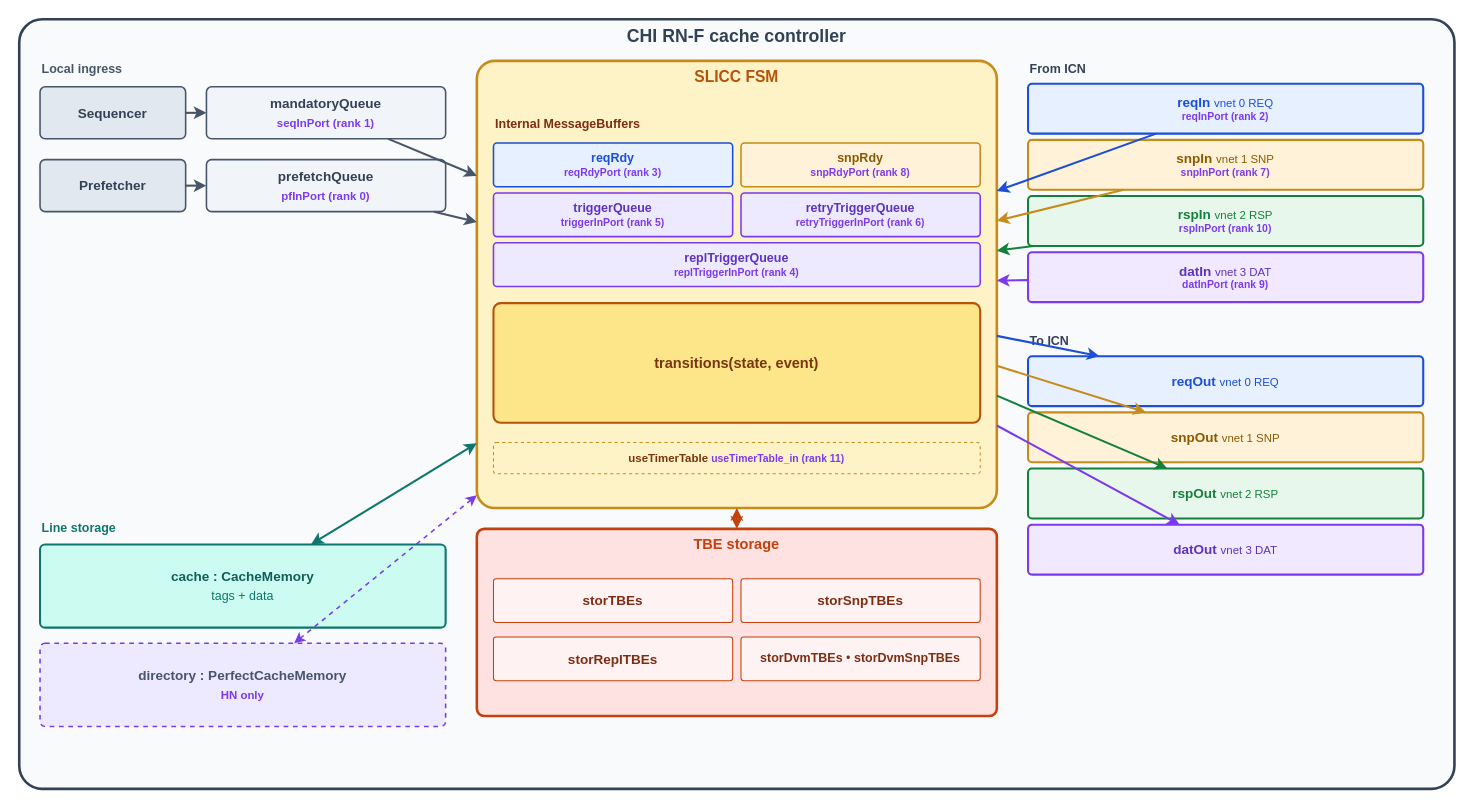
Earlier version of the draw.io diagram ruby-book/resources/ruby_chi_controller.drawio (ripopov/gem5). Source tidied: cells renumbered, new cells numbered last; positions are measured from the earlier drawing's top-left corner, leaving out a move shared by most shapes. Both pictures are drawn from the tidied source at 104%, with x=0, y=0 at pixel (19, 19).
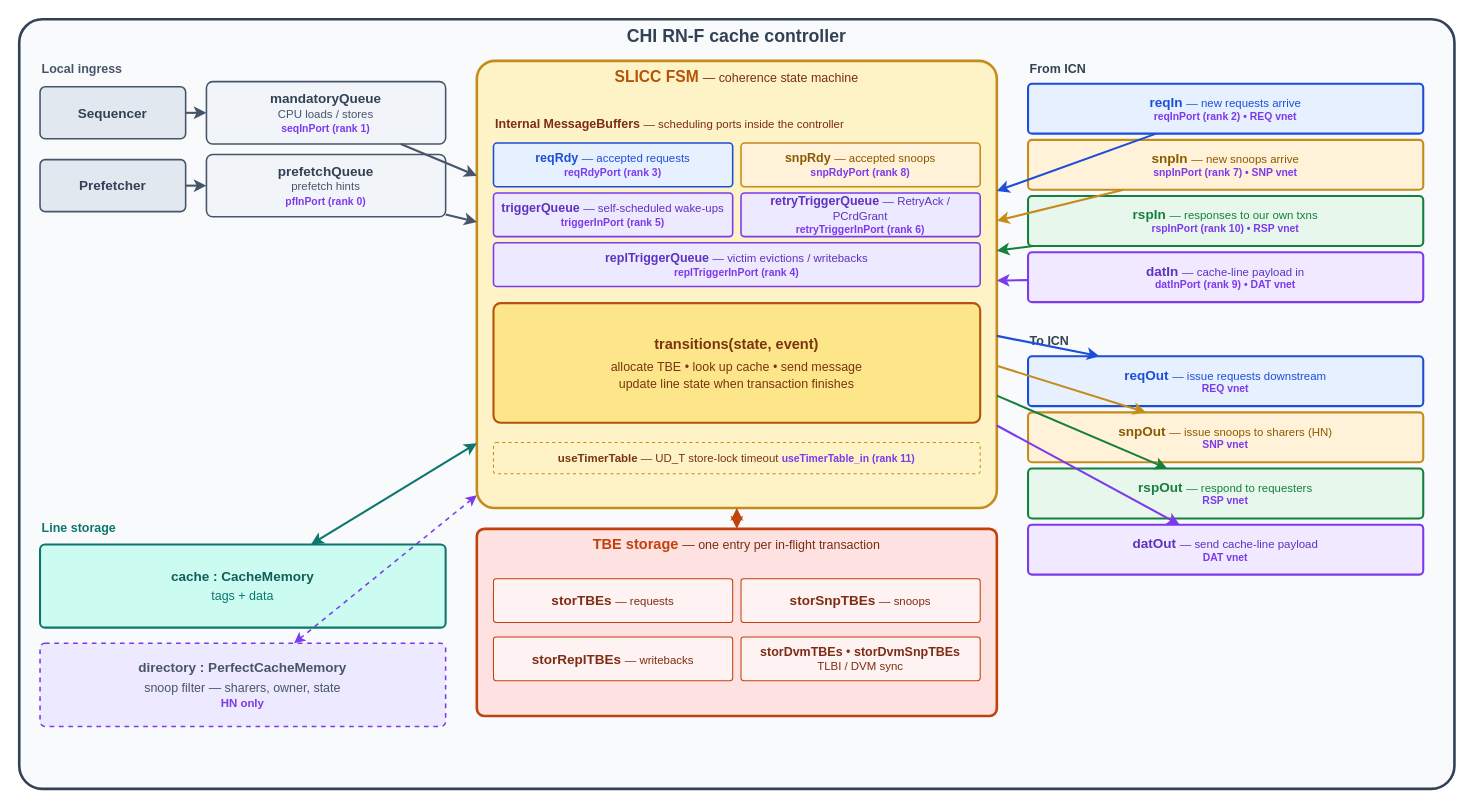
The same diagram, later.

Commit message (it also covers changes not shown here):
misc: Add semantic hints to CHI controller diagram boxes

Replace terse names with brief semantic captions on each box so the
diagram stands on its own: TBE pools are tagged requests / snoops /
writebacks / DVM; internal queues describe what wakes them; boundary
MessageBuffers say what flows through them; the FSM core lists its
action sequence. No datatype or framework-internal noise.

What changed in the source:
```diff
@@
-    <mxCell id="5" value="&lt;b&gt;mandatoryQueue&lt;/b&gt;&lt;div style=&quot;font-size:11px;color:#7c3aed;font-weight:bold;margin-top:4px&quot;&gt;seqInPort (rank 1)&lt;/div&gt;" style="rounded=1;whiteSpace=wrap;html=1;fillColor=#F1F5F9;strokeColor=#475569;strokeWidth=1.5;verticalAlign=middle;align=center;fontSize=13;fontColor=#334155;arcSize=10;" parent="1" vertex="1">
-      <mxGeometry x="180" y="65" width="230" height="50" as="geometry" />
+    <mxCell id="5" value="&lt;b&gt;mandatoryQueue&lt;/b&gt;&lt;div style=&quot;font-size:11px;color:#475569;font-weight:normal&quot;&gt;CPU loads / stores&lt;/div&gt;&lt;div style=&quot;font-size:10px;color:#7c3aed;font-weight:bold;margin-top:2px&quot;&gt;seqInPort (rank 1)&lt;/div&gt;" style="rounded=1;whiteSpace=wrap;html=1;fillColor=#F1F5F9;strokeColor=#475569;strokeWidth=1.5;verticalAlign=middle;align=center;fontSize=13;fontColor=#334155;arcSize=10;" parent="1" vertex="1">
+      <mxGeometry x="180" y="60" width="230" height="60" as="geometry" />
     </mxCell>
@@
-    <mxCell id="7" value="&lt;b&gt;prefetchQueue&lt;/b&gt;&lt;div style=&quot;font-size:11px;color:#7c3aed;font-weight:bold;margin-top:4px&quot;&gt;pfInPort (rank 0)&lt;/div&gt;" style="rounded=1;whiteSpace=wrap;html=1;fillColor=#F1F5F9;strokeColor=#475569;strokeWidth=1.5;verticalAlign=middle;align=center;fontSize=13;fontColor=#334155;arcSize=10;" parent="1" vertex="1">
-      <mxGeometry x="180" y="135" width="230" height="50" as="geometry" />
+    <mxCell id="7" value="&lt;b&gt;prefetchQueue&lt;/b&gt;&lt;div style=&quot;font-size:11px;color:#475569;font-weight:normal&quot;&gt;prefetch hints&lt;/div&gt;&lt;div style=&quot;font-size:10px;color:#7c3aed;font-weight:bold;margin-top:2px&quot;&gt;pfInPort (rank 0)&lt;/div&gt;" style="rounded=1;whiteSpace=wrap;html=1;fillColor=#F1F5F9;strokeColor=#475569;strokeWidth=1.5;verticalAlign=middle;align=center;fontSize=13;fontColor=#334155;arcSize=10;" parent="1" vertex="1">
+      <mxGeometry x="180" y="130" width="230" height="60" as="geometry" />
     </mxCell>
@@
-    <mxCell id="10" value="&lt;b&gt;directory : PerfectCacheMemory&lt;/b&gt;&lt;div style=&quot;font-size:11px;color:#7c3aed;font-weight:bold;margin-top:4px&quot;&gt;HN only&lt;/div&gt;" style="rounded=1;whiteSpace=wrap;html=1;fillColor=#EDE9FE;strokeColor=#7c3aed;strokeWidth=1.5;dashed=1;verticalAlign=middle;align=center;fontSize=13;fontColor=#475569;arcSize=6;" parent="1" vertex="1">
+    <mxCell id="10" value="&lt;b&gt;directory : PerfectCacheMemory&lt;/b&gt;&lt;div style=&quot;font-size:12px;color:#475569;font-weight:normal;margin-top:4px&quot;&gt;snoop filter — sharers, owner, state&lt;/div&gt;&lt;div style=&quot;font-size:11px;color:#7c3aed;font-weight:bold;margin-top:2px&quot;&gt;HN only&lt;/div&gt;" style="rounded=1;whiteSpace=wrap;html=1;fillColor=#EDE9FE;strokeColor=#7c3aed;strokeWidth=1.5;dashed=1;verticalAlign=middle;align=center;fontSize=13;fontColor=#475569;arcSize=6;" parent="1" vertex="1">
       <mxGeometry x="20" y="600" width="390" height="80" as="geometry" />
     </mxCell>
-    <mxCell id="11" value="&lt;b style=&quot;font-size:15px;color:#b45309&quot;&gt;SLICC FSM&lt;/b&gt;" style="rounded=1;whiteSpace=wrap;html=1;fillColor=#FEF3C7;strokeColor=#c58b1b;strokeWidth=2.5;verticalAlign=top;fontSize=14;fontColor=#7c2d12;arcSize=4;" parent="1" vertex="1">
+    <mxCell id="11" value="&lt;b style=&quot;font-size:15px;color:#b45309&quot;&gt;SLICC FSM&lt;/b&gt; &lt;span style=&quot;font-size:12px;color:#7c2d12;font-weight:normal&quot;&gt;— coherence state machine&lt;/span&gt;" style="rounded=1;whiteSpace=wrap;html=1;fillColor=#FEF3C7;strokeColor=#c58b1b;strokeWidth=2.5;verticalAlign=top;fontSize=14;fontColor=#7c2d12;arcSize=4;" parent="1" vertex="1">
       <mxGeometry x="440" y="40" width="500" height="430" as="geometry" />
     </mxCell>
-    <mxCell id="12" value="&lt;b&gt;Internal MessageBuffers&lt;/b&gt;" style="text;html=1;fontSize=12;fontColor=#7c2d12;align=left;verticalAlign=middle;" parent="1" vertex="1">
+    <mxCell id="12" value="&lt;b&gt;Internal MessageBuffers&lt;/b&gt; &lt;span style=&quot;font-size:11px;color:#7c2d12;font-weight:normal&quot;&gt;— scheduling ports inside the controller&lt;/span&gt;" style="text;html=1;fontSize=12;fontColor=#7c2d12;align=left;verticalAlign=middle;" parent="1" vertex="1">
       <mxGeometry x="456" y="90" width="470" height="22" as="geometry" />
     </mxCell>
-    <mxCell id="13" value="&lt;b&gt;reqRdy&lt;/b&gt;&lt;div style=&quot;font-size:10px;color:#7c3aed;font-weight:bold&quot;&gt;reqRdyPort (rank 3)&lt;/div&gt;" style="rounded=1;whiteSpace=wrap;html=1;fillColor=#E7F0FF;strokeColor=#1d4ed8;strokeWidth=1.5;verticalAlign=middle;align=center;fontSize=12;fontColor=#1d4ed8;arcSize=8;" parent="1" vertex="1">
+    <mxCell id="13" value="&lt;b&gt;reqRdy&lt;/b&gt; &lt;span style=&quot;font-size:11px;color:#1d4ed8;font-weight:normal&quot;&gt;— accepted requests&lt;/span&gt;&lt;div style=&quot;font-size:10px;color:#7c3aed;font-weight:bold&quot;&gt;reqRdyPort (rank 3)&lt;/div&gt;" style="rounded=1;whiteSpace=wrap;html=1;fillColor=#E7F0FF;strokeColor=#1d4ed8;strokeWidth=1.5;verticalAlign=middle;align=center;fontSize=12;fontColor=#1d4ed8;arcSize=8;" parent="1" vertex="1">
       <mxGeometry x="456" y="119" width="230" height="42" as="geometry" />
     </mxCell>
-    <mxCell id="14" value="&lt;b&gt;snpRdy&lt;/b&gt;&lt;div style=&quot;font-size:10px;color:#7c3aed;font-weight:bold&quot;&gt;snpRdyPort (rank 8)&lt;/div&gt;" style="rounded=1;whiteSpace=wrap;html=1;fillColor=#FFF2D8;strokeColor=#c58b1b;strokeWidth=1.5;verticalAlign=middle;align=center;fontSize=12;fontColor=#8a5a00;arcSize=8;" parent="1" vertex="1">
+    <mxCell id="14" value="&lt;b&gt;snpRdy&lt;/b&gt; &lt;span style=&quot;font-size:11px;color:#8a5a00;font-weight:normal&quot;&gt;— accepted snoops&lt;/span&gt;&lt;div style=&quot;font-size:10px;color:#7c3aed;font-weight:bold&quot;&gt;snpRdyPort (rank 8)&lt;/div&gt;" style="rounded=1;whiteSpace=wrap;html=1;fillColor=#FFF2D8;strokeColor=#c58b1b;strokeWidth=1.5;verticalAlign=middle;align=center;fontSize=12;fontColor=#8a5a00;arcSize=8;" parent="1" vertex="1">
       <mxGeometry x="694" y="119" width="230" height="42" as="geometry" />
     </mxCell>
-    <mxCell id="15" value="&lt;b&gt;triggerQueue&lt;/b&gt;&lt;div style=&quot;font-size:10px;color:#7c3aed;font-weight:bold&quot;&gt;triggerInPort (rank 5)&lt;/div&gt;" style="rounded=1;whiteSpace=wrap;html=1;fillColor=#EDE9FE;strokeColor=#7c3aed;strokeWidth=1.5;verticalAlign=middle;align=center;fontSize=12;fontColor=#5d33bf;arcSize=8;" parent="1" vertex="1">
+    <mxCell id="15" value="&lt;b&gt;triggerQueue&lt;/b&gt; &lt;span style=&quot;font-size:11px;color:#5d33bf;font-weight:normal&quot;&gt;— self-scheduled wake-ups&lt;/span&gt;&lt;div style=&quot;font-size:10px;color:#7c3aed;font-weight:bold&quot;&gt;triggerInPort (rank 5)&lt;/div&gt;" style="rounded=1;whiteSpace=wrap;html=1;fillColor=#EDE9FE;strokeColor=#7c3aed;strokeWidth=1.5;verticalAlign=middle;align=center;fontSize=12;fontColor=#5d33bf;arcSize=8;" parent="1" vertex="1">
       <mxGeometry x="456" y="167" width="230" height="42" as="geometry" />
     </mxCell>
-    <mxCell id="16" value="&lt;b&gt;retryTriggerQueue&lt;/b&gt;&lt;div style=&quot;font-size:10px;color:#7c3aed;font-weight:bold&quot;&gt;retryTriggerInPort (rank 6)&lt;/div&gt;" style="rounded=1;whiteSpace=wrap;html=1;fillColor=#EDE9FE;strokeColor=#7c3aed;strokeWidth=1.5;verticalAlign=middle;align=center;fontSize=12;fontColor=#5d33bf;arcSize=8;" parent="1" vertex="1">
+    <mxCell id="16" value="&lt;b&gt;retryTriggerQueue&lt;/b&gt; &lt;span style=&quot;font-size:11px;color:#5d33bf;font-weight:normal&quot;&gt;— RetryAck / PCrdGrant&lt;/span&gt;&lt;div style=&quot;font-size:10px;color:#7c3aed;font-weight:bold&quot;&gt;retryTriggerInPort (rank 6)&lt;/div&gt;" style="rounded=1;whiteSpace=wrap;html=1;fillColor=#EDE9FE;strokeColor=#7c3aed;strokeWidth=1.5;verticalAlign=middle;align=center;fontSize=12;fontColor=#5d33bf;arcSize=8;" parent="1" vertex="1">
       <mxGeometry x="694" y="167" width="230" height="42" as="geometry" />
     </mxCell>
-    <mxCell id="17" value="&lt;b&gt;replTriggerQueue&lt;/b&gt;&lt;div style=&quot;font-size:10px;color:#7c3aed;font-weight:bold&quot;&gt;replTriggerInPort (rank 4)&lt;/div&gt;" style="rounded=1;whiteSpace=wrap;html=1;fillColor=#EDE9FE;strokeColor=#7c3aed;strokeWidth=1.5;verticalAlign=middle;align=center;fontSize=12;fontColor=#5d33bf;arcSize=8;" parent="1" vertex="1">
+    <mxCell id="17" value="&lt;b&gt;replTriggerQueue&lt;/b&gt; &lt;span style=&quot;font-size:11px;color:#5d33bf;font-weight:normal&quot;&gt;— victim evictions / writebacks&lt;/span&gt;&lt;div style=&quot;font-size:10px;color:#7c3aed;font-weight:bold&quot;&gt;replTriggerInPort (rank 4)&lt;/div&gt;" style="rounded=1;whiteSpace=wrap;html=1;fillColor=#EDE9FE;strokeColor=#7c3aed;strokeWidth=1.5;verticalAlign=middle;align=center;fontSize=12;fontColor=#5d33bf;arcSize=8;" parent="1" vertex="1">
       <mxGeometry x="456" y="215" width="468" height="42" as="geometry" />
     </mxCell>
-    <mxCell id="18" value="&lt;b style=&quot;font-size:14px&quot;&gt;transitions(state, event)&lt;/b&gt;" style="rounded=1;whiteSpace=wrap;html=1;fillColor=#FDE68A;strokeColor=#b45309;strokeWidth=2;verticalAlign=middle;align=center;fontSize=12;fontColor=#78350f;arcSize=6;" parent="1" vertex="1">
+    <mxCell id="18" value="&lt;b style=&quot;font-size:14px&quot;&gt;transitions(state, event)&lt;/b&gt;&lt;div style=&quot;font-size:12px;color:#78350f;font-weight:normal;margin-top:6px&quot;&gt;allocate TBE • look up cache • send message&lt;/div&gt;&lt;div style=&quot;font-size:12px;color:#78350f;font-weight:normal;margin-top:2px&quot;&gt;update line state when transaction finishes&lt;/div&gt;" style="rounded=1;whiteSpace=wrap;html=1;fillColor=#FDE68A;strokeColor=#b45309;strokeWidth=2;verticalAlign=middle;align=center;fontSize=12;fontColor=#78350f;arcSize=6;" parent="1" vertex="1">
       <mxGeometry x="456" y="273" width="468" height="115" as="geometry" />
     </mxCell>
-    <mxCell id="19" value="&lt;b&gt;useTimerTable&lt;/b&gt; &lt;span style=&quot;font-size:10px;color:#7c3aed;font-weight:bold&quot;&gt;useTimerTable_in (rank 11)&lt;/span&gt;" style="rounded=1;whiteSpace=wrap;html=1;fillColor=#FEF3C7;strokeColor=#c58b1b;strokeWidth=1;verticalAlign=middle;align=center;fontSize=11;fontColor=#78350f;dashed=1;arcSize=8;" parent="1" vertex="1">
+    <mxCell id="19" value="&lt;b&gt;useTimerTable&lt;/b&gt; &lt;span style=&quot;font-size:11px;color:#78350f;font-weight:normal&quot;&gt;— UD_T store-lock timeout&lt;/span&gt; &lt;span style=&quot;font-size:10px;color:#7c3aed;font-weight:bold&quot;&gt;useTimerTable_in (rank 11)&lt;/span&gt;" style="rounded=1;whiteSpace=wrap;html=1;fillColor=#FEF3C7;strokeColor=#c58b1b;strokeWidth=1;verticalAlign=middle;align=center;fontSize=11;fontColor=#78350f;dashed=1;arcSize=8;" parent="1" vertex="1">
       <mxGeometry x="456" y="407" width="468" height="30" as="geometry" />
     </mxCell>
-    <mxCell id="20" value="&lt;b style=&quot;font-size:14px;color:#c2410c&quot;&gt;TBE storage&lt;/b&gt;" style="rounded=1;whiteSpace=wrap;html=1;fillColor=#FEE2E2;strokeColor=#c2410c;strokeWidth=2.5;verticalAlign=top;fontSize=13;fontColor=#7c2d12;arcSize=4;" parent="1" vertex="1">
+    <mxCell id="20" value="&lt;b style=&quot;font-size:14px;color:#c2410c&quot;&gt;TBE storage&lt;/b&gt; &lt;span style=&quot;font-size:12px;color:#7c2d12;font-weight:normal&quot;&gt;— one entry per in-flight transaction&lt;/span&gt;" style="rounded=1;whiteSpace=wrap;html=1;fillColor=#FEE2E2;strokeColor=#c2410c;strokeWidth=2.5;verticalAlign=top;fontSize=13;fontColor=#7c2d12;arcSize=4;" parent="1" vertex="1">
       <mxGeometry x="440" y="490" width="500" height="180" as="geometry" />
     </mxCell>
-    <mxCell id="21" value="&lt;b&gt;storTBEs&lt;/b&gt;" style="rounded=1;whiteSpace=wrap;html=1;fillColor=#FEF2F2;strokeColor=#c2410c;strokeWidth=1;verticalAlign=middle;align=center;fontSize=13;fontColor=#7c2d12;arcSize=6;" parent="1" vertex="1">
+    <mxCell id="21" value="&lt;b&gt;storTBEs&lt;/b&gt; &lt;span style=&quot;font-size:11px;color:#7c2d12;font-weight:normal&quot;&gt;— requests&lt;/span&gt;" style="rounded=1;whiteSpace=wrap;html=1;fillColor=#FEF2F2;strokeColor=#c2410c;strokeWidth=1;verticalAlign=middle;align=center;fontSize=13;fontColor=#7c2d12;arcSize=6;" parent="1" vertex="1">
       <mxGeometry x="456" y="538" width="230" height="42" as="geometry" />
     </mxCell>
-    <mxCell id="22" value="&lt;b&gt;storSnpTBEs&lt;/b&gt;" style="rounded=1;whiteSpace=wrap;html=1;fillColor=#FEF2F2;strokeColor=#c2410c;strokeWidth=1;verticalAlign=middle;align=center;fontSize=13;fontColor=#7c2d12;arcSize=6;" parent="1" vertex="1">
+    <mxCell id="22" value="&lt;b&gt;storSnpTBEs&lt;/b&gt; &lt;span style=&quot;font-size:11px;color:#7c2d12;font-weight:normal&quot;&gt;— snoops&lt;/span&gt;" style="rounded=1;whiteSpace=wrap;html=1;fillColor=#FEF2F2;strokeColor=#c2410c;strokeWidth=1;verticalAlign=middle;align=center;fontSize=13;fontColor=#7c2d12;arcSize=6;" parent="1" vertex="1">
       <mxGeometry x="694" y="538" width="230" height="42" as="geometry" />
     </mxCell>
-    <mxCell id="23" value="&lt;b&gt;storReplTBEs&lt;/b&gt;" style="rounded=1;whiteSpace=wrap;html=1;fillColor=#FEF2F2;strokeColor=#c2410c;strokeWidth=1;verticalAlign=middle;align=center;fontSize=13;fontColor=#7c2d12;arcSize=6;" parent="1" vertex="1">
+    <mxCell id="23" value="&lt;b&gt;storReplTBEs&lt;/b&gt; &lt;span style=&quot;font-size:11px;color:#7c2d12;font-weight:normal&quot;&gt;— writebacks&lt;/span&gt;" style="rounded=1;whiteSpace=wrap;html=1;fillColor=#FEF2F2;strokeColor=#c2410c;strokeWidth=1;verticalAlign=middle;align=center;fontSize=13;fontColor=#7c2d12;arcSize=6;" parent="1" vertex="1">
       <mxGeometry x="456" y="594" width="230" height="42" as="geometry" />
     </mxCell>
-    <mxCell id="24" value="&lt;b&gt;storDvmTBEs&lt;/b&gt; • &lt;b&gt;storDvmSnpTBEs&lt;/b&gt;" style="rounded=1;whiteSpace=wrap;html=1;fillColor=#FEF2F2;strokeColor=#c2410c;strokeWidth=1;verticalAlign=middle;align=center;fontSize=12;fontColor=#7c2d12;arcSize=6;" parent="1" vertex="1">
+    <mxCell id="24" value="&lt;b&gt;storDvmTBEs&lt;/b&gt; • &lt;b&gt;storDvmSnpTBEs&lt;/b&gt;&lt;div style=&quot;font-size:11px;color:#7c2d12;font-weight:normal&quot;&gt;TLBI / DVM sync&lt;/div&gt;" style="rounded=1;whiteSpace=wrap;html=1;fillColor=#FEF2F2;strokeColor=#c2410c;strokeWidth=1;verticalAlign=middle;align=center;fontSize=12;fontColor=#7c2d12;arcSize=6;" parent="1" vertex="1">
       <mxGeometry x="694" y="594" width="230" height="42" as="geometry" />
     </mxCell>
@@
-    <mxCell id="26" value="&lt;b&gt;reqIn&lt;/b&gt; &lt;span style=&quot;font-size:11px;color:#1d4ed8;font-weight:normal&quot;&gt;vnet 0 REQ&lt;/span&gt;&lt;div style=&quot;font-size:10px;color:#7c3aed;font-weight:bold&quot;&gt;reqInPort (rank 2)&lt;/div&gt;" style="rounded=1;whiteSpace=wrap;html=1;fillColor=#E7F0FF;strokeColor=#1d4ed8;strokeWidth=2;verticalAlign=middle;align=center;fontSize=13;fontColor=#1d4ed8;arcSize=8;" parent="1" vertex="1">
+    <mxCell id="26" value="&lt;b&gt;reqIn&lt;/b&gt; &lt;span style=&quot;font-size:11px;color:#1d4ed8;font-weight:normal&quot;&gt;— new requests arrive&lt;/span&gt;&lt;div style=&quot;font-size:10px;color:#7c3aed;font-weight:bold&quot;&gt;reqInPort (rank 2) • REQ vnet&lt;/div&gt;" style="rounded=1;whiteSpace=wrap;html=1;fillColor=#E7F0FF;strokeColor=#1d4ed8;strokeWidth=2;verticalAlign=middle;align=center;fontSize=13;fontColor=#1d4ed8;arcSize=8;" parent="1" vertex="1">
       <mxGeometry x="970" y="62" width="380" height="48" as="geometry" />
     </mxCell>
-    <mxCell id="27" value="&lt;b&gt;snpIn&lt;/b&gt; &lt;span style=&quot;font-size:11px;color:#8a5a00;font-weight:normal&quot;&gt;vnet 1 SNP&lt;/span&gt;&lt;div style=&quot;font-size:10px;color:#7c3aed;font-weight:bold&quot;&gt;snpInPort (rank 7)&lt;/div&gt;" style="rounded=1;whiteSpace=wrap;html=1;fillColor=#FFF2D8;strokeColor=#c58b1b;strokeWidth=2;verticalAlign=middle;align=center;fontSize=13;fontColor=#8a5a00;arcSize=8;" parent="1" vertex="1">
+    <mxCell id="27" value="&lt;b&gt;snpIn&lt;/b&gt; &lt;span style=&quot;font-size:11px;color:#8a5a00;font-weight:normal&quot;&gt;— new snoops arrive&lt;/span&gt;&lt;div style=&quot;font-size:10px;color:#7c3aed;font-weight:bold&quot;&gt;snpInPort (rank 7) • SNP vnet&lt;/div&gt;" style="rounded=1;whiteSpace=wrap;html=1;fillColor=#FFF2D8;strokeColor=#c58b1b;strokeWidth=2;verticalAlign=middle;align=center;fontSize=13;fontColor=#8a5a00;arcSize=8;" parent="1" vertex="1">
       <mxGeometry x="970" y="116" width="380" height="48" as="geometry" />
     </mxCell>
-    <mxCell id="28" value="&lt;b&gt;rspIn&lt;/b&gt; &lt;span style=&quot;font-size:11px;color:#15803d;font-weight:normal&quot;&gt;vnet 2 RSP&lt;/span&gt;&lt;div style=&quot;font-size:10px;color:#7c3aed;font-weight:bold&quot;&gt;rspInPort (rank 10)&lt;/div&gt;" style="rounded=1;whiteSpace=wrap;html=1;fillColor=#E8F7EC;strokeColor=#15803d;strokeWidth=2;verticalAlign=middle;align=center;fontSize=13;fontColor=#15803d;arcSize=8;" parent="1" vertex="1">
+    <mxCell id="28" value="&lt;b&gt;rspIn&lt;/b&gt; &lt;span style=&quot;font-size:11px;color:#15803d;font-weight:normal&quot;&gt;— responses to our own txns&lt;/span&gt;&lt;div style=&quot;font-size:10px;color:#7c3aed;font-weight:bold&quot;&gt;rspInPort (rank 10) • RSP vnet&lt;/div&gt;" style="rounded=1;whiteSpace=wrap;html=1;fillColor=#E8F7EC;strokeColor=#15803d;strokeWidth=2;verticalAlign=middle;align=center;fontSize=13;fontColor=#15803d;arcSize=8;" parent="1" vertex="1">
       <mxGeometry x="970" y="170" width="380" height="48" as="geometry" />
     </mxCell>
-    <mxCell id="29" value="&lt;b&gt;datIn&lt;/b&gt; &lt;span style=&quot;font-size:11px;color:#5d33bf;font-weight:normal&quot;&gt;vnet 3 DAT&lt;/span&gt;&lt;div style=&quot;font-size:10px;color:#7c3aed;font-weight:bold&quot;&gt;datInPort (rank 9)&lt;/div&gt;" style="rounded=1;whiteSpace=wrap;html=1;fillColor=#F0E9FF;strokeColor=#7c3aed;strokeWidth=2;verticalAlign=middle;align=center;fontSize=13;fontColor=#5d33bf;arcSize=8;" parent="1" vertex="1">
+    <mxCell id="29" value="&lt;b&gt;datIn&lt;/b&gt; &lt;span style=&quot;font-size:11px;color:#5d33bf;font-weight:normal&quot;&gt;— cache-line payload in&lt;/span&gt;&lt;div style=&quot;font-size:10px;color:#7c3aed;font-weight:bold&quot;&gt;datInPort (rank 9) • DAT vnet&lt;/div&gt;" style="rounded=1;whiteSpace=wrap;html=1;fillColor=#F0E9FF;strokeColor=#7c3aed;strokeWidth=2;verticalAlign=middle;align=center;fontSize=13;fontColor=#5d33bf;arcSize=8;" parent="1" vertex="1">
       <mxGeometry x="970" y="224" width="380" height="48" as="geometry" />
     </mxCell>
@@
-    <mxCell id="31" value="&lt;b&gt;reqOut&lt;/b&gt; &lt;span style=&quot;font-size:11px;color:#1d4ed8;font-weight:normal&quot;&gt;vnet 0 REQ&lt;/span&gt;" style="rounded=1;whiteSpace=wrap;html=1;fillColor=#E7F0FF;strokeColor=#1d4ed8;strokeWidth=2;verticalAlign=middle;align=center;fontSize=13;fontColor=#1d4ed8;arcSize=8;" parent="1" vertex="1">
+    <mxCell id="31" value="&lt;b&gt;reqOut&lt;/b&gt; &lt;span style=&quot;font-size:11px;color:#1d4ed8;font-weight:normal&quot;&gt;— issue requests downstream&lt;/span&gt;&lt;div style=&quot;font-size:10px;color:#7c3aed;font-weight:bold&quot;&gt;REQ vnet&lt;/div&gt;" style="rounded=1;whiteSpace=wrap;html=1;fillColor=#E7F0FF;strokeColor=#1d4ed8;strokeWidth=2;verticalAlign=middle;align=center;fontSize=13;fontColor=#1d4ed8;arcSize=8;" parent="1" vertex="1">
       <mxGeometry x="970" y="324" width="380" height="48" as="geometry" />
     </mxCell>
-    <mxCell id="32" value="&lt;b&gt;snpOut&lt;/b&gt; &lt;span style=&quot;font-size:11px;color:#8a5a00;font-weight:normal&quot;&gt;vnet 1 SNP&lt;/span&gt;" style="rounded=1;whiteSpace=wrap;html=1;fillColor=#FFF2D8;strokeColor=#c58b1b;strokeWidth=2;verticalAlign=middle;align=center;fontSize=13;fontColor=#8a5a00;arcSize=8;" parent="1" vertex="1">
+    <mxCell id="32" value="&lt;b&gt;snpOut&lt;/b&gt; &lt;span style=&quot;font-size:11px;color:#8a5a00;font-weight:normal&quot;&gt;— issue snoops to sharers (HN)&lt;/span&gt;&lt;div style=&quot;font-size:10px;color:#7c3aed;font-weight:bold&quot;&gt;SNP vnet&lt;/div&gt;" style="rounded=1;whiteSpace=wrap;html=1;fillColor=#FFF2D8;strokeColor=#c58b1b;strokeWidth=2;verticalAlign=middle;align=center;fontSize=13;fontColor=#8a5a00;arcSize=8;" parent="1" vertex="1">
       <mxGeometry x="970" y="378" width="380" height="48" as="geometry" />
     </mxCell>
-    <mxCell id="33" value="&lt;b&gt;rspOut&lt;/b&gt; &lt;span style=&quot;font-size:11px;color:#15803d;font-weight:normal&quot;&gt;vnet 2 RSP&lt;/span&gt;" style="rounded=1;whiteSpace=wrap;html=1;fillColor=#E8F7EC;strokeColor=#15803d;strokeWidth=2;verticalAlign=middle;align=center;fontSize=13;fontColor=#15803d;arcSize=8;" parent="1" vertex="1">
+    <mxCell id="33" value="&lt;b&gt;rspOut&lt;/b&gt; &lt;span style=&quot;font-size:11px;color:#15803d;font-weight:normal&quot;&gt;— respond to requesters&lt;/span&gt;&lt;div style=&quot;font-size:10px;color:#7c3aed;font-weight:bold&quot;&gt;RSP vnet&lt;/div&gt;" style="rounded=1;whiteSpace=wrap;html=1;fillColor=#E8F7EC;strokeColor=#15803d;strokeWidth=2;verticalAlign=middle;align=center;fontSize=13;fontColor=#15803d;arcSize=8;" parent="1" vertex="1">
       <mxGeometry x="970" y="432" width="380" height="48" as="geometry" />
     </mxCell>
-    <mxCell id="34" value="&lt;b&gt;datOut&lt;/b&gt; &lt;span style=&quot;font-size:11px;color:#5d33bf;font-weight:normal&quot;&gt;vnet 3 DAT&lt;/span&gt;" style="rounded=1;whiteSpace=wrap;html=1;fillColor=#F0E9FF;strokeColor=#7c3aed;strokeWidth=2;verticalAlign=middle;align=center;fontSize=13;fontColor=#5d33bf;arcSize=8;" parent="1" vertex="1">
+    <mxCell id="34" value="&lt;b&gt;datOut&lt;/b&gt; &lt;span style=&quot;font-size:11px;color:#5d33bf;font-weight:normal&quot;&gt;— send cache-line payload&lt;/span&gt;&lt;div style=&quot;font-size:10px;color:#7c3aed;font-weight:bold&quot;&gt;DAT vnet&lt;/div&gt;" style="rounded=1;whiteSpace=wrap;html=1;fillColor=#F0E9FF;strokeColor=#7c3aed;strokeWidth=2;verticalAlign=middle;align=center;fontSize=13;fontColor=#5d33bf;arcSize=8;" parent="1" vertex="1">
       <mxGeometry x="970" y="486" width="380" height="48" as="geometry" />
     </mxCell>
```
